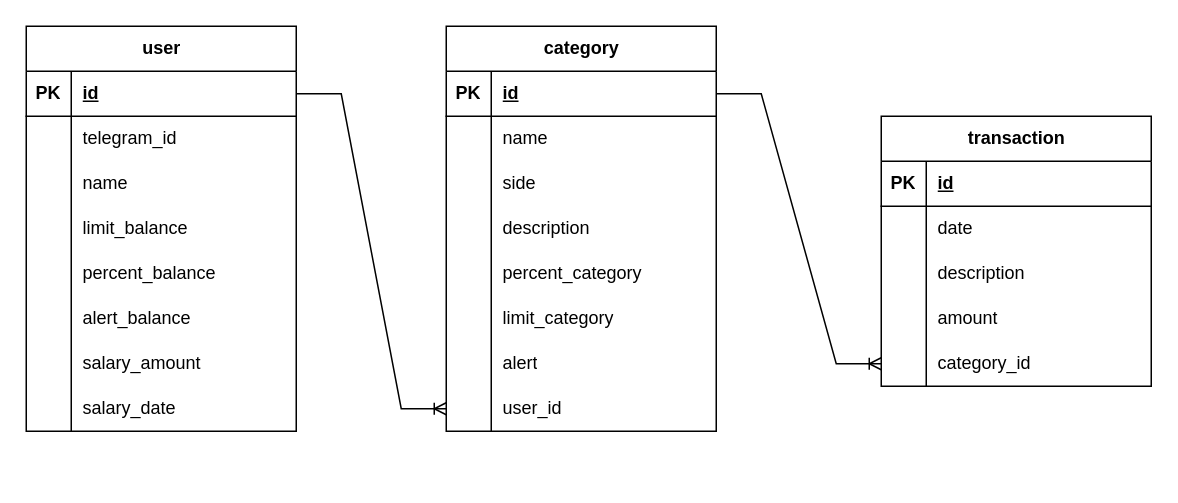
MiddleSys/TGbot keeps this draw.io diagram as er.drawio. Above is the earlier version. Source tidied: cells renumbered, new cells numbered last; positions are measured from the earlier drawing's top-left corner, leaving out a move shared by most shapes. Both pictures are drawn from the tidied source at 150%, with x=0, y=0 at pixel (26, 26).
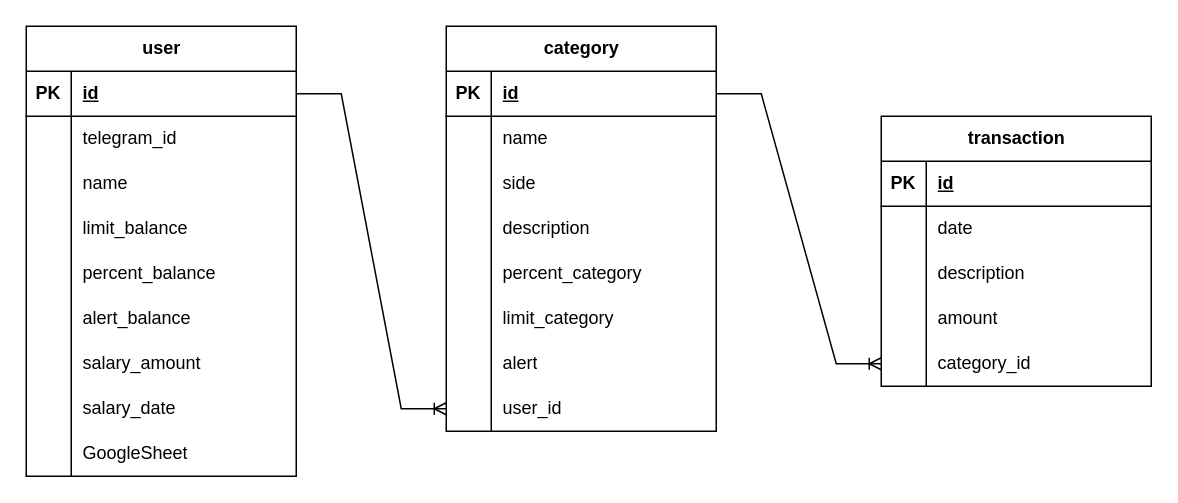
After the change.

Diff of the diagram source:
```diff
@@
     <mxCell id="2" value="user" style="shape=table;startSize=30;childLayout=tableLayout;rowLines=0;fontStyle=1;align=center;html=1;" parent="1" vertex="1">
-      <mxGeometry width="180" height="270" as="geometry" />
+      <mxGeometry width="180" height="300" as="geometry" />
     </mxCell>
@@
+    <mxCell id="70" style="shape=tableRow;horizontal=0;startSize=0;swimlaneHead=0;swimlaneBody=0;fillColor=none;top=0;left=0;right=0;bottom=0;" parent="2" vertex="1">
+      <mxGeometry y="270" width="180" height="30" as="geometry" />
+    </mxCell>
+    <mxCell id="71" style="shape=partialRectangle;fillColor=none;top=0;left=0;bottom=0;right=0;overflow=hidden;whiteSpace=wrap;html=1;" parent="70" vertex="1">
+      <mxGeometry width="30" height="30" as="geometry" />
+    </mxCell>
+    <mxCell id="72" value="GoogleSheet" style="shape=partialRectangle;fillColor=none;top=0;left=0;bottom=0;right=0;align=left;spacingLeft=6;overflow=hidden;whiteSpace=wrap;html=1;" parent="70" vertex="1">
+      <mxGeometry x="30" width="150" height="30" as="geometry" />
+    </mxCell>
```
